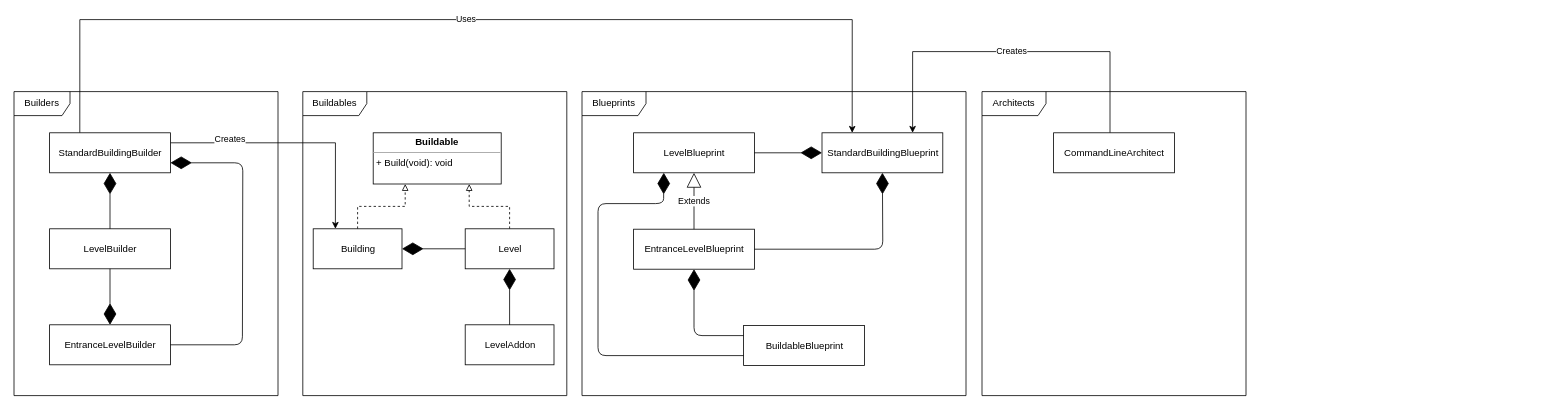
mcwiet/building_design_challenge keeps this draw.io diagram as docs/class_architecture.drawio. Above is the earlier version. Source tidied: cells renumbered, new cells numbered last; positions are measured from the earlier drawing's top-left corner, leaving out a move shared by most shapes. Both pictures are drawn from the tidied source at 80%, with x=0, y=0 at pixel (14, 19).
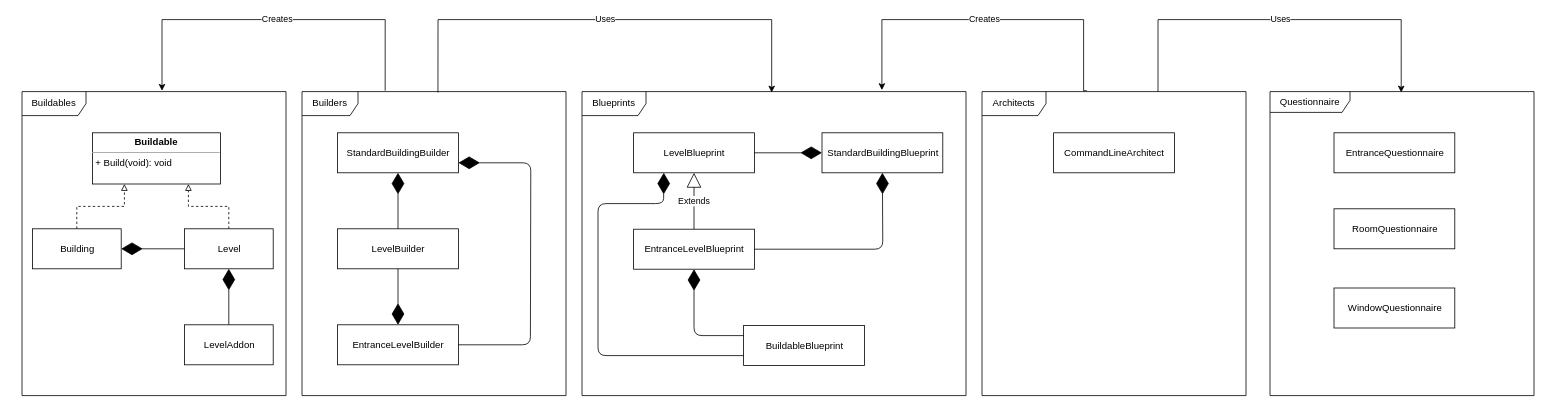
Above is the later version.

Commit message:
Some updates to the architecture diagram to make it more representative of current code.

Unchanged cells that the change refers to:
```xml
<mxCell id="3" value="Blueprints" style="shape=umlFrame;whiteSpace=wrap;html=1;width=80;height=30;" parent="1" vertex="1">
  <mxGeometry x="710" y="90" width="480" height="380" as="geometry" />
</mxCell>
<mxCell id="4" value="Architects" style="shape=umlFrame;whiteSpace=wrap;html=1;width=80;height=30;" parent="1" vertex="1">
  <mxGeometry x="1210" y="90" width="330" height="380" as="geometry" />
</mxCell>
<mxCell id="15" value="StandardBuildingBlueprint" style="html=1;" parent="1" vertex="1">
  <mxGeometry x="1010" y="141.5" width="151" height="50" as="geometry" />
</mxCell>
<mxCell id="17" value="CommandLineArchitect" style="html=1;" parent="1" vertex="1">
  <mxGeometry x="1299.5" y="141.5" width="151" height="50" as="geometry" />
</mxCell>
```

Change to the diagram source:
```diff
@@
     <mxCell id="2" value="Buildables" style="shape=umlFrame;whiteSpace=wrap;html=1;width=80;height=30;" parent="1" vertex="1">
-      <mxGeometry x="361" y="90" width="330" height="380" as="geometry" />
+      <mxGeometry x="10" y="90" width="330" height="380" as="geometry" />
     </mxCell>
@@
-    <mxCell id="5" value="Uses" style="edgeStyle=orthogonalEdgeStyle;rounded=0;jettySize=auto;html=1;entryX=0.25;entryY=0;entryDx=0;entryDy=0;endArrow=classic;endFill=1;exitX=0.25;exitY=0;exitDx=0;exitDy=0;" parent="1" edge="1" source="23" target="15">
+    <mxCell id="5" value="Uses" style="edgeStyle=orthogonalEdgeStyle;rounded=0;jettySize=auto;html=1;entryX=0.494;entryY=0.003;entryDx=0;entryDy=0;endArrow=classic;endFill=1;exitX=0.515;exitY=0.003;exitDx=0;exitDy=0;exitPerimeter=0;entryPerimeter=0;" parent="1" edge="1" source="6" target="3">
       <mxGeometry relative="1" as="geometry">
         <Array as="points">
-          <mxPoint x="82" />
-          <mxPoint x="1048" />
+          <mxPoint x="530" />
+          <mxPoint x="947" />
         </Array>
       </mxGeometry>
     </mxCell>
     <mxCell id="6" value="Builders" style="shape=umlFrame;whiteSpace=wrap;html=1;width=70;height=30;" parent="1" vertex="1">
-      <mxGeometry y="90" width="330" height="380" as="geometry" />
+      <mxGeometry x="360" y="90" width="330" height="380" as="geometry" />
     </mxCell>
@@
     <mxCell id="8" value="Level" style="html=1;" parent="1" vertex="1">
-      <mxGeometry x="564" y="261.5" width="111" height="50" as="geometry" />
+      <mxGeometry x="213" y="261.5" width="111" height="50" as="geometry" />
     </mxCell>
     <mxCell id="9" value="LevelAddon" style="html=1;" parent="1" vertex="1">
-      <mxGeometry x="564" y="381.5" width="111" height="50" as="geometry" />
+      <mxGeometry x="213" y="381.5" width="111" height="50" as="geometry" />
     </mxCell>
     <mxCell id="10" value="&lt;p style=&quot;margin: 0px ; margin-top: 4px ; text-align: center&quot;&gt;&lt;b&gt;Buildable&lt;/b&gt;&lt;/p&gt;&lt;hr size=&quot;1&quot;&gt;&lt;p style=&quot;margin: 0px ; margin-left: 4px&quot;&gt;+ Build(void): void&lt;/p&gt;" style="verticalAlign=top;align=left;overflow=fill;fontSize=12;fontFamily=Helvetica;html=1;" parent="1" vertex="1">
-      <mxGeometry x="449" y="141.5" width="160" height="64" as="geometry" />
+      <mxGeometry x="98" y="141.5" width="160" height="64" as="geometry" />
     </mxCell>
@@
     <mxCell id="12" value="Building" style="html=1;" parent="1" vertex="1">
-      <mxGeometry x="374" y="261.5" width="111" height="50" as="geometry" />
+      <mxGeometry x="23" y="261.5" width="111" height="50" as="geometry" />
     </mxCell>
@@
-    <mxCell id="16" value="Creates" style="edgeStyle=orthogonalEdgeStyle;rounded=0;jettySize=auto;html=1;entryX=0.75;entryY=0;entryDx=0;entryDy=0;endArrow=classic;endFill=1;" parent="1" edge="1" source="17" target="15">
+    <mxCell id="16" value="Creates" style="edgeStyle=orthogonalEdgeStyle;rounded=0;jettySize=auto;html=1;entryX=0.781;entryY=-0.005;entryDx=0;entryDy=0;endArrow=classic;endFill=1;exitX=0.397;exitY=-0.003;exitDx=0;exitDy=0;entryPerimeter=0;exitPerimeter=0;" parent="1" edge="1" source="4" target="3">
       <mxGeometry relative="1" as="geometry">
         <Array as="points">
-          <mxPoint x="1370" y="40" />
-          <mxPoint x="1123" y="40" />
+          <mxPoint x="1337" y="89" />
+          <mxPoint x="1337" />
+          <mxPoint x="1085" />
         </Array>
       </mxGeometry>
     </mxCell>
+    <mxCell id="33" value="Uses" style="edgeStyle=orthogonalEdgeStyle;rounded=0;jettySize=auto;html=1;entryX=0.497;entryY=0.003;entryDx=0;entryDy=0;entryPerimeter=0;" parent="1" edge="1" target="34">
+      <mxGeometry relative="1" as="geometry">
+        <mxPoint x="1430" y="90" as="sourcePoint" />
+        <Array as="points">
+          <mxPoint x="1430" />
+          <mxPoint x="1734" />
+        </Array>
+      </mxGeometry>
+    </mxCell>
@@
     <mxCell id="20" value="EntranceLevelBuilder" style="html=1;" parent="1" vertex="1">
-      <mxGeometry x="44.5" y="381.5" width="151" height="50" as="geometry" />
+      <mxGeometry x="404.5" y="381.5" width="151" height="50" as="geometry" />
     </mxCell>
     <mxCell id="21" value="LevelBuilder" style="html=1;" parent="1" vertex="1">
-      <mxGeometry x="44.5" y="261.5" width="151" height="50" as="geometry" />
+      <mxGeometry x="404.5" y="261.5" width="151" height="50" as="geometry" />
     </mxCell>
-    <mxCell id="22" value="Creates" style="edgeStyle=orthogonalEdgeStyle;rounded=0;jettySize=auto;html=1;entryX=0.25;entryY=0;entryDx=0;entryDy=0;endArrow=classic;endFill=1;exitX=1;exitY=0.25;exitDx=0;exitDy=0;" parent="1" edge="1" source="23" target="12">
-      <mxGeometry x="-0.53" y="4" relative="1" as="geometry" />
+    <mxCell id="22" value="Creates" style="edgeStyle=orthogonalEdgeStyle;rounded=0;jettySize=auto;html=1;endArrow=classic;endFill=1;exitX=0.315;exitY=-0.003;exitDx=0;exitDy=0;exitPerimeter=0;" parent="1" edge="1" source="6">
+      <mxGeometry x="-0.02" relative="1" as="geometry">
+        <mxPoint x="185" y="89" as="targetPoint" />
+        <Array as="points">
+          <mxPoint x="464" />
+          <mxPoint x="185" />
+        </Array>
+      </mxGeometry>
     </mxCell>
     <mxCell id="23" value="StandardBuildingBuilder" style="html=1;" parent="1" vertex="1">
-      <mxGeometry x="44.5" y="141.5" width="151" height="50" as="geometry" />
+      <mxGeometry x="404.5" y="141.5" width="151" height="50" as="geometry" />
     </mxCell>
@@
     <mxCell id="25" style="endArrow=diamondThin;endFill=1;endSize=24;html=1;entryX=1;entryY=0.75;entryDx=0;entryDy=0;exitX=1;exitY=0.5;exitDx=0;exitDy=0;" parent="1" edge="1" source="20" target="23">
       <mxGeometry relative="1" as="geometry">
         <Array as="points">
-          <mxPoint x="285.5" y="406.5" />
-          <mxPoint x="286" y="179" />
+          <mxPoint x="645.5" y="406.5" />
+          <mxPoint x="646" y="179" />
         </Array>
       </mxGeometry>
     </mxCell>
@@
+    <mxCell id="34" value="Questionnaire" style="shape=umlFrame;whiteSpace=wrap;html=1;width=100;height=26;" parent="1" vertex="1">
+      <mxGeometry x="1570" y="90" width="330" height="380" as="geometry" />
+    </mxCell>
+    <mxCell id="35" value="EntranceQuestionnaire" style="html=1;" parent="1" vertex="1">
+      <mxGeometry x="1650" y="141.5" width="151" height="50" as="geometry" />
+    </mxCell>
+    <mxCell id="36" value="RoomQuestionnaire" style="html=1;" parent="1" vertex="1">
+      <mxGeometry x="1650" y="236.5" width="151" height="50" as="geometry" />
+    </mxCell>
+    <mxCell id="37" value="WindowQuestionnaire" style="html=1;" parent="1" vertex="1">
+      <mxGeometry x="1650" y="335.5" width="151" height="50" as="geometry" />
+    </mxCell>
```
